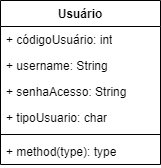
Earlier version of the draw.io export DiagramaProjeto.drawio.png (IgorDias1998/sistema_login). Source tidied: cells renumbered, new cells last; positions are measured from the earlier drawing's top-left corner, leaving out a move shared by most shapes.
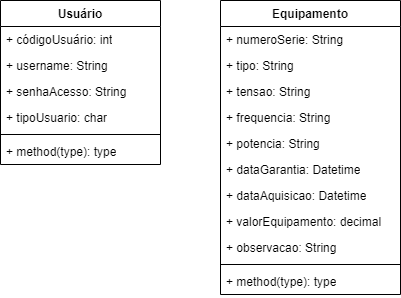
The same diagram one commit later.

Change to the diagram source:
```diff
@@ -2,26 +2,62 @@
   <root>
     <mxCell id="0" />
     <mxCell id="1" parent="0" />
-    <mxCell id="2" value="Usuário" style="swimlane;fontStyle=1;align=center;verticalAlign=top;horizontal=1;startSize=26;whiteSpace=wrap;html=1;" parent="1" vertex="1">
-      <mxGeometry width="160" height="164" as="geometry" />
+    <mxCell id="2" value="Equipamento" style="swimlane;fontStyle=1;align=center;verticalAlign=top;horizontal=1;startSize=26;whiteSpace=wrap;html=1;" parent="1" vertex="1">
+      <mxGeometry width="180" height="294" as="geometry" />
     </mxCell>
-    <mxCell id="3" value="+ códigoUsuário: int&lt;div&gt;&lt;br&gt;&lt;/div&gt;" style="text;strokeColor=none;fillColor=none;align=left;verticalAlign=top;spacingLeft=4;spacingRight=4;overflow=hidden;whiteSpace=wrap;html=1;" parent="2" vertex="1">
-      <mxGeometry y="26" width="160" height="26" as="geometry" />
+    <mxCell id="3" value="+ numeroSerie: String&lt;div&gt;&lt;br&gt;&lt;/div&gt;" style="text;strokeColor=none;fillColor=none;align=left;verticalAlign=top;spacingLeft=4;spacingRight=4;overflow=hidden;whiteSpace=wrap;html=1;" parent="2" vertex="1">
+      <mxGeometry y="26" width="180" height="26" as="geometry" />
     </mxCell>
-    <mxCell id="4" value="+ username: String&lt;div&gt;&lt;br&gt;&lt;/div&gt;" style="text;strokeColor=none;fillColor=none;align=left;verticalAlign=top;spacingLeft=4;spacingRight=4;overflow=hidden;whiteSpace=wrap;html=1;" parent="2" vertex="1">
-      <mxGeometry y="52" width="160" height="26" as="geometry" />
+    <mxCell id="4" value="+ tipo: String&lt;div&gt;&lt;br&gt;&lt;/div&gt;" style="text;strokeColor=none;fillColor=none;align=left;verticalAlign=top;spacingLeft=4;spacingRight=4;overflow=hidden;whiteSpace=wrap;html=1;" parent="2" vertex="1">
+      <mxGeometry y="52" width="180" height="26" as="geometry" />
     </mxCell>
-    <mxCell id="5" value="+ senhaAcesso: String&lt;div&gt;&lt;br&gt;&lt;/div&gt;" style="text;strokeColor=none;fillColor=none;align=left;verticalAlign=top;spacingLeft=4;spacingRight=4;overflow=hidden;whiteSpace=wrap;html=1;" parent="2" vertex="1">
-      <mxGeometry y="78" width="160" height="26" as="geometry" />
+    <mxCell id="5" value="+ tensao: String&lt;div&gt;&lt;br&gt;&lt;/div&gt;" style="text;strokeColor=none;fillColor=none;align=left;verticalAlign=top;spacingLeft=4;spacingRight=4;overflow=hidden;whiteSpace=wrap;html=1;" parent="2" vertex="1">
+      <mxGeometry y="78" width="180" height="26" as="geometry" />
     </mxCell>
-    <mxCell id="6" value="+ tipoUsuario: char&lt;div&gt;&lt;br&gt;&lt;/div&gt;" style="text;strokeColor=none;fillColor=none;align=left;verticalAlign=top;spacingLeft=4;spacingRight=4;overflow=hidden;whiteSpace=wrap;html=1;" parent="2" vertex="1">
-      <mxGeometry y="104" width="160" height="26" as="geometry" />
+    <mxCell id="6" value="+ frequencia: String&lt;div&gt;&lt;br&gt;&lt;/div&gt;" style="text;strokeColor=none;fillColor=none;align=left;verticalAlign=top;spacingLeft=4;spacingRight=4;overflow=hidden;whiteSpace=wrap;html=1;" parent="2" vertex="1">
+      <mxGeometry y="104" width="180" height="26" as="geometry" />
     </mxCell>
+    <mxCell id="9" value="+ potencia: String&lt;div&gt;&lt;br&gt;&lt;/div&gt;" style="text;strokeColor=none;fillColor=none;align=left;verticalAlign=top;spacingLeft=4;spacingRight=4;overflow=hidden;whiteSpace=wrap;html=1;" parent="2" vertex="1">
+      <mxGeometry y="130" width="180" height="26" as="geometry" />
+    </mxCell>
+    <mxCell id="10" value="+ dataGarantia: Datetime&lt;div&gt;&lt;br&gt;&lt;/div&gt;" style="text;strokeColor=none;fillColor=none;align=left;verticalAlign=top;spacingLeft=4;spacingRight=4;overflow=hidden;whiteSpace=wrap;html=1;" parent="2" vertex="1">
+      <mxGeometry y="156" width="180" height="26" as="geometry" />
+    </mxCell>
+    <mxCell id="11" value="+ dataAquisicao: Datetime&lt;div&gt;&lt;br&gt;&lt;/div&gt;" style="text;strokeColor=none;fillColor=none;align=left;verticalAlign=top;spacingLeft=4;spacingRight=4;overflow=hidden;whiteSpace=wrap;html=1;" parent="2" vertex="1">
+      <mxGeometry y="182" width="180" height="26" as="geometry" />
+    </mxCell>
+    <mxCell id="12" value="+ valorEquipamento: decimal&lt;div&gt;&lt;br&gt;&lt;/div&gt;" style="text;strokeColor=none;fillColor=none;align=left;verticalAlign=top;spacingLeft=4;spacingRight=4;overflow=hidden;whiteSpace=wrap;html=1;" parent="2" vertex="1">
+      <mxGeometry y="208" width="180" height="26" as="geometry" />
+    </mxCell>
+    <mxCell id="13" value="+ observacao: String&lt;div&gt;&lt;br&gt;&lt;/div&gt;" style="text;strokeColor=none;fillColor=none;align=left;verticalAlign=top;spacingLeft=4;spacingRight=4;overflow=hidden;whiteSpace=wrap;html=1;" parent="2" vertex="1">
+      <mxGeometry y="234" width="180" height="26" as="geometry" />
+    </mxCell>
     <mxCell id="7" style="line;strokeWidth=1;fillColor=none;align=left;verticalAlign=middle;spacingTop=-1;spacingLeft=3;spacingRight=3;labelPosition=right;strokeColor=inherit;" parent="2" vertex="1">
-      <mxGeometry y="130" width="160" height="8" as="geometry" />
+      <mxGeometry y="260" width="180" height="8" as="geometry" />
     </mxCell>
     <mxCell id="8" value="+ method(type): type" style="text;strokeColor=none;fillColor=none;align=left;verticalAlign=top;spacingLeft=4;spacingRight=4;overflow=hidden;whiteSpace=wrap;html=1;" parent="2" vertex="1">
-      <mxGeometry y="138" width="160" height="26" as="geometry" />
+      <mxGeometry y="268" width="180" height="26" as="geometry" />
     </mxCell>
+    <mxCell id="14" value="Usuário" style="swimlane;fontStyle=1;align=center;verticalAlign=top;horizontal=1;startSize=26;whiteSpace=wrap;html=1;" parent="1" vertex="1">
+      <mxGeometry x="-220" width="160" height="164" as="geometry" />
+    </mxCell>
+    <mxCell id="15" value="+ códigoUsuário: int&lt;div&gt;&lt;br&gt;&lt;/div&gt;" style="text;strokeColor=none;fillColor=none;align=left;verticalAlign=top;spacingLeft=4;spacingRight=4;overflow=hidden;whiteSpace=wrap;html=1;" parent="14" vertex="1">
+      <mxGeometry y="26" width="160" height="26" as="geometry" />
+    </mxCell>
+    <mxCell id="16" value="+ username: String&lt;div&gt;&lt;br&gt;&lt;/div&gt;" style="text;strokeColor=none;fillColor=none;align=left;verticalAlign=top;spacingLeft=4;spacingRight=4;overflow=hidden;whiteSpace=wrap;html=1;" parent="14" vertex="1">
+      <mxGeometry y="52" width="160" height="26" as="geometry" />
+    </mxCell>
+    <mxCell id="17" value="+ senhaAcesso: String&lt;div&gt;&lt;br&gt;&lt;/div&gt;" style="text;strokeColor=none;fillColor=none;align=left;verticalAlign=top;spacingLeft=4;spacingRight=4;overflow=hidden;whiteSpace=wrap;html=1;" parent="14" vertex="1">
+      <mxGeometry y="78" width="160" height="26" as="geometry" />
+    </mxCell>
+    <mxCell id="18" value="+ tipoUsuario: char&lt;div&gt;&lt;br&gt;&lt;/div&gt;" style="text;strokeColor=none;fillColor=none;align=left;verticalAlign=top;spacingLeft=4;spacingRight=4;overflow=hidden;whiteSpace=wrap;html=1;" parent="14" vertex="1">
+      <mxGeometry y="104" width="160" height="26" as="geometry" />
+    </mxCell>
+    <mxCell id="19" style="line;strokeWidth=1;fillColor=none;align=left;verticalAlign=middle;spacingTop=-1;spacingLeft=3;spacingRight=3;labelPosition=right;strokeColor=inherit;" parent="14" vertex="1">
+      <mxGeometry y="130" width="160" height="8" as="geometry" />
+    </mxCell>
+    <mxCell id="20" value="+ method(type): type" style="text;strokeColor=none;fillColor=none;align=left;verticalAlign=top;spacingLeft=4;spacingRight=4;overflow=hidden;whiteSpace=wrap;html=1;" parent="14" vertex="1">
+      <mxGeometry y="138" width="160" height="26" as="geometry" />
+    </mxCell>
   </root>
 </mxGraphModel>
```
